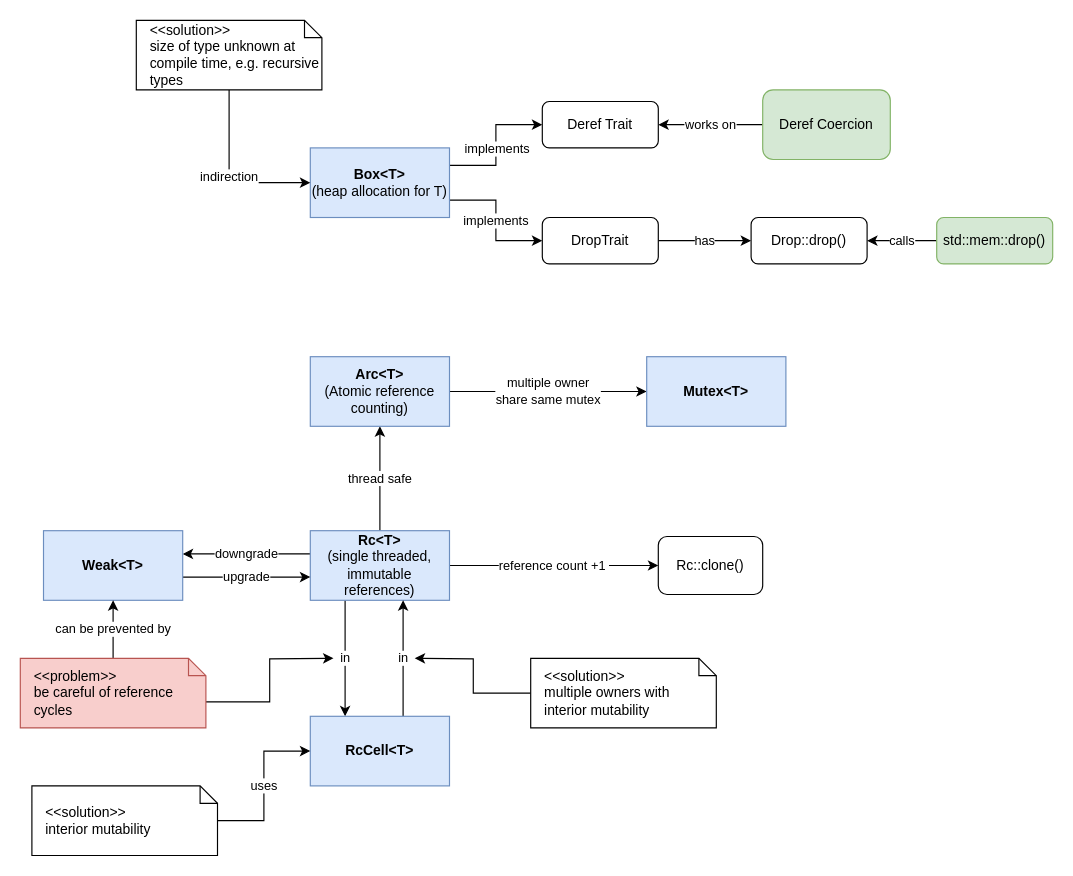
The draw.io diagram page "Smart Pointers" (6 of 6) of datatypes.drawio in gftea/rust_lang_notes, before the edit. Source tidied: cells renumbered, new cells numbered last; positions are measured from the earlier drawing's top-left corner, leaving out a move shared by most shapes. Both pictures are drawn from the tidied source at 116%, with x=0, y=0 at pixel (20, 20).
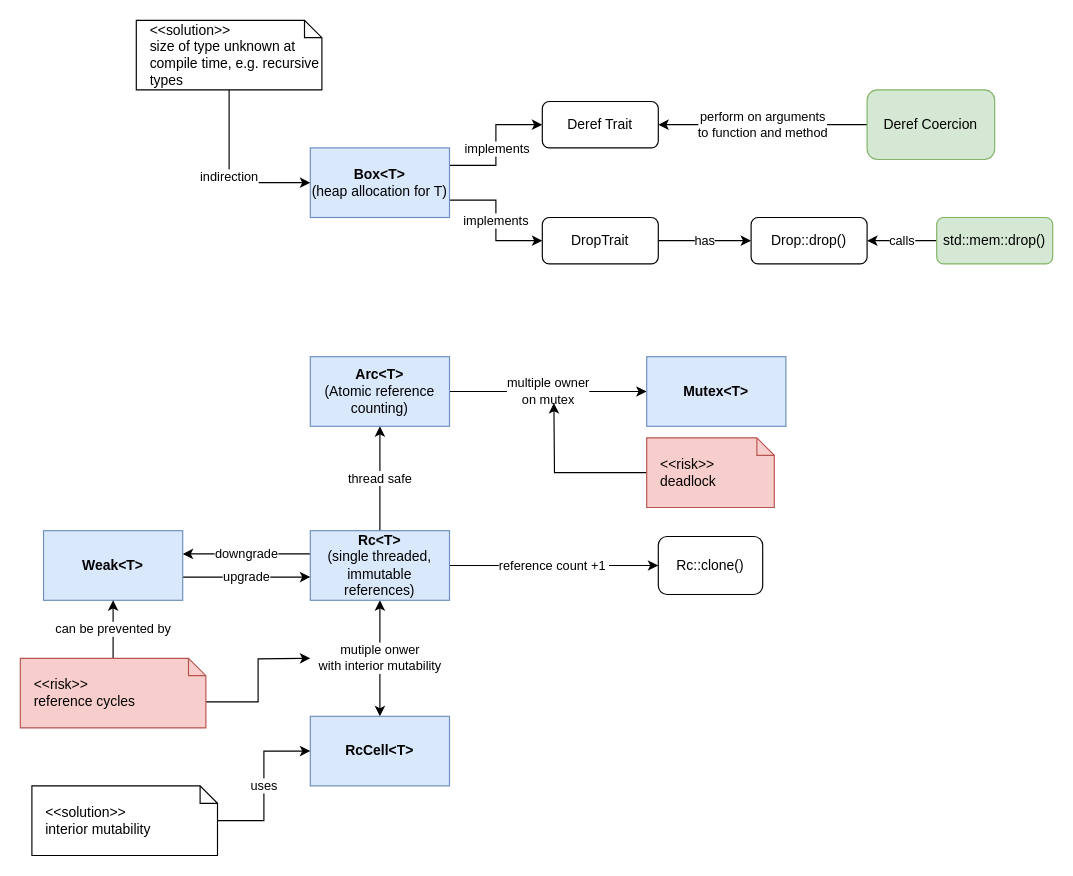
Above is the later version.

The change refers to these unchanged cells:
```xml
<mxCell id="10" value="&lt;b&gt;Rc&amp;lt;T&amp;gt;&lt;br&gt;&lt;/b&gt;(single threaded, immutable references)" style="whiteSpace=wrap;html=1;fillColor=#dae8fc;strokeColor=#6c8ebf;" parent="1" vertex="1">
  <mxGeometry x="250" y="440" width="120" height="60" as="geometry" />
</mxCell>
<mxCell id="12" value="&lt;b&gt;RcCell&amp;lt;T&amp;gt;&lt;/b&gt;" style="whiteSpace=wrap;html=1;fillColor=#dae8fc;strokeColor=#6c8ebf;" parent="1" vertex="1">
  <mxGeometry x="250" y="600" width="120" height="60" as="geometry" />
</mxCell>
<mxCell id="17" value="Deref Trait" style="rounded=1;whiteSpace=wrap;html=1;" parent="1" vertex="1">
  <mxGeometry x="450" y="70" width="100" height="40" as="geometry" />
</mxCell>
<mxCell id="34" value="&lt;b&gt;Arc&amp;lt;T&amp;gt;&lt;br&gt;&lt;/b&gt;(Atomic reference counting)" style="whiteSpace=wrap;html=1;fillColor=#dae8fc;strokeColor=#6c8ebf;" parent="1" vertex="1">
  <mxGeometry x="250" y="290" width="120" height="60" as="geometry" />
</mxCell>
<mxCell id="35" value="&lt;b&gt;Mutex&amp;lt;T&amp;gt;&lt;/b&gt;" style="whiteSpace=wrap;html=1;fillColor=#dae8fc;strokeColor=#6c8ebf;" parent="1" vertex="1">
  <mxGeometry x="540" y="290" width="120" height="60" as="geometry" />
</mxCell>
```

Diff of the diagram source:
```diff
@@
+    <mxCell id="9" value="thread safe" style="edgeStyle=orthogonalEdgeStyle;rounded=0;jettySize=auto;html=1;" parent="1" edge="1" source="10" target="34">
+      <mxGeometry relative="1" as="geometry" />
+    </mxCell>
-    <mxCell id="8" value="in" style="edgeStyle=orthogonalEdgeStyle;rounded=0;jettySize=auto;html=1;" parent="1" edge="1" source="10" target="12">
+    <mxCell id="8" value="mutiple onwer&lt;br&gt;with interior mutability" style="edgeStyle=orthogonalEdgeStyle;rounded=0;jettySize=auto;html=1;startArrow=classic;startFill=1;" parent="1" edge="1" source="10" target="12">
       <mxGeometry relative="1" as="geometry">
         <Array as="points">
-          <mxPoint x="280" y="530" />
-          <mxPoint x="280" y="530" />
+          <mxPoint x="310" y="580" />
+          <mxPoint x="310" y="580" />
         </Array>
       </mxGeometry>
     </mxCell>
-    <mxCell id="9" value="thread safe" style="edgeStyle=orthogonalEdgeStyle;rounded=0;jettySize=auto;html=1;" parent="1" edge="1" source="10" target="34">
-      <mxGeometry relative="1" as="geometry" />
-    </mxCell>
@@
-    <mxCell id="11" value="in" style="edgeStyle=orthogonalEdgeStyle;rounded=0;jettySize=auto;html=1;" parent="1" edge="1" source="12" target="10">
-      <mxGeometry relative="1" as="geometry">
-        <Array as="points">
-          <mxPoint x="330" y="520" />
-          <mxPoint x="330" y="520" />
-        </Array>
-      </mxGeometry>
-    </mxCell>
@@
-    <mxCell id="20" value="works on" style="edgeStyle=orthogonalEdgeStyle;rounded=0;jettySize=auto;html=1;entryX=1;entryY=0.5;entryDx=0;entryDy=0;" parent="1" edge="1" source="21" target="17">
+    <mxCell id="20" value="perform on arguments &lt;br&gt;to function and method" style="edgeStyle=orthogonalEdgeStyle;rounded=0;jettySize=auto;html=1;entryX=1;entryY=0.5;entryDx=0;entryDy=0;" parent="1" edge="1" source="21" target="17">
       <mxGeometry relative="1" as="geometry" />
     </mxCell>
     <mxCell id="21" value="Deref Coercion" style="rounded=1;whiteSpace=wrap;html=1;fillColor=#d5e8d4;strokeColor=#82b366;" parent="1" vertex="1">
-      <mxGeometry x="640" y="60" width="110" height="60" as="geometry" />
+      <mxGeometry x="730" y="60" width="110" height="60" as="geometry" />
     </mxCell>
@@
-    <mxCell id="28" style="edgeStyle=orthogonalEdgeStyle;rounded=0;jettySize=auto;html=1;exitX=0;exitY=0.5;exitDx=0;exitDy=0;exitPerimeter=0;" parent="1" edge="1" source="29">
-      <mxGeometry relative="1" as="geometry">
-        <mxPoint x="340" y="550" as="targetPoint" />
-      </mxGeometry>
-    </mxCell>
-    <mxCell id="29" value="&amp;lt;&amp;lt;solution&amp;gt;&amp;gt;&lt;br&gt;multiple owners with interior mutability" style="shape=note;size=15;align=left;spacingLeft=10;html=1;whiteSpace=wrap;" parent="1" vertex="1">
-      <mxGeometry x="440" y="550" width="160" height="60" as="geometry" />
-    </mxCell>
     <mxCell id="30" style="edgeStyle=orthogonalEdgeStyle;rounded=0;jettySize=auto;html=1;exitX=0;exitY=0;exitDx=160;exitDy=37.5;exitPerimeter=0;" parent="1" edge="1" source="32">
       <mxGeometry relative="1" as="geometry">
-        <mxPoint x="270" y="550" as="targetPoint" />
+        <mxPoint x="250" y="550" as="targetPoint" />
       </mxGeometry>
     </mxCell>
@@
-    <mxCell id="32" value="&amp;lt;&amp;lt;problem&amp;gt;&amp;gt;&lt;br&gt;be careful of reference cycles" style="shape=note;size=15;align=left;spacingLeft=10;html=1;whiteSpace=wrap;fillColor=#f8cecc;strokeColor=#b85450;" parent="1" vertex="1">
+    <mxCell id="32" value="&amp;lt;&amp;lt;risk&amp;gt;&amp;gt;&lt;br&gt;reference cycles" style="shape=note;size=15;align=left;spacingLeft=10;html=1;whiteSpace=wrap;fillColor=#f8cecc;strokeColor=#b85450;" parent="1" vertex="1">
       <mxGeometry y="550" width="160" height="60" as="geometry" />
     </mxCell>
-    <mxCell id="33" value="multiple owner&lt;br&gt;share same mutex" style="edgeStyle=orthogonalEdgeStyle;rounded=0;jettySize=auto;html=1;" parent="1" edge="1" source="34" target="35">
+    <mxCell id="33" value="multiple owner&lt;br&gt;on mutex" style="edgeStyle=orthogonalEdgeStyle;rounded=0;jettySize=auto;html=1;" parent="1" edge="1" source="34" target="35">
       <mxGeometry relative="1" as="geometry" />
     </mxCell>
@@
+    <mxCell id="36" style="edgeStyle=orthogonalEdgeStyle;rounded=0;jettySize=auto;html=1;startArrow=none;startFill=0;" parent="1" edge="1" source="37">
+      <mxGeometry relative="1" as="geometry">
+        <mxPoint x="460" y="330" as="targetPoint" />
+      </mxGeometry>
+    </mxCell>
+    <mxCell id="37" value="&amp;lt;&amp;lt;risk&amp;gt;&amp;gt;&lt;br&gt;deadlock&amp;nbsp;" style="shape=note;size=15;align=left;spacingLeft=10;html=1;whiteSpace=wrap;fillColor=#f8cecc;strokeColor=#b85450;" parent="1" vertex="1">
+      <mxGeometry x="540" y="360" width="110" height="60" as="geometry" />
+    </mxCell>
```
